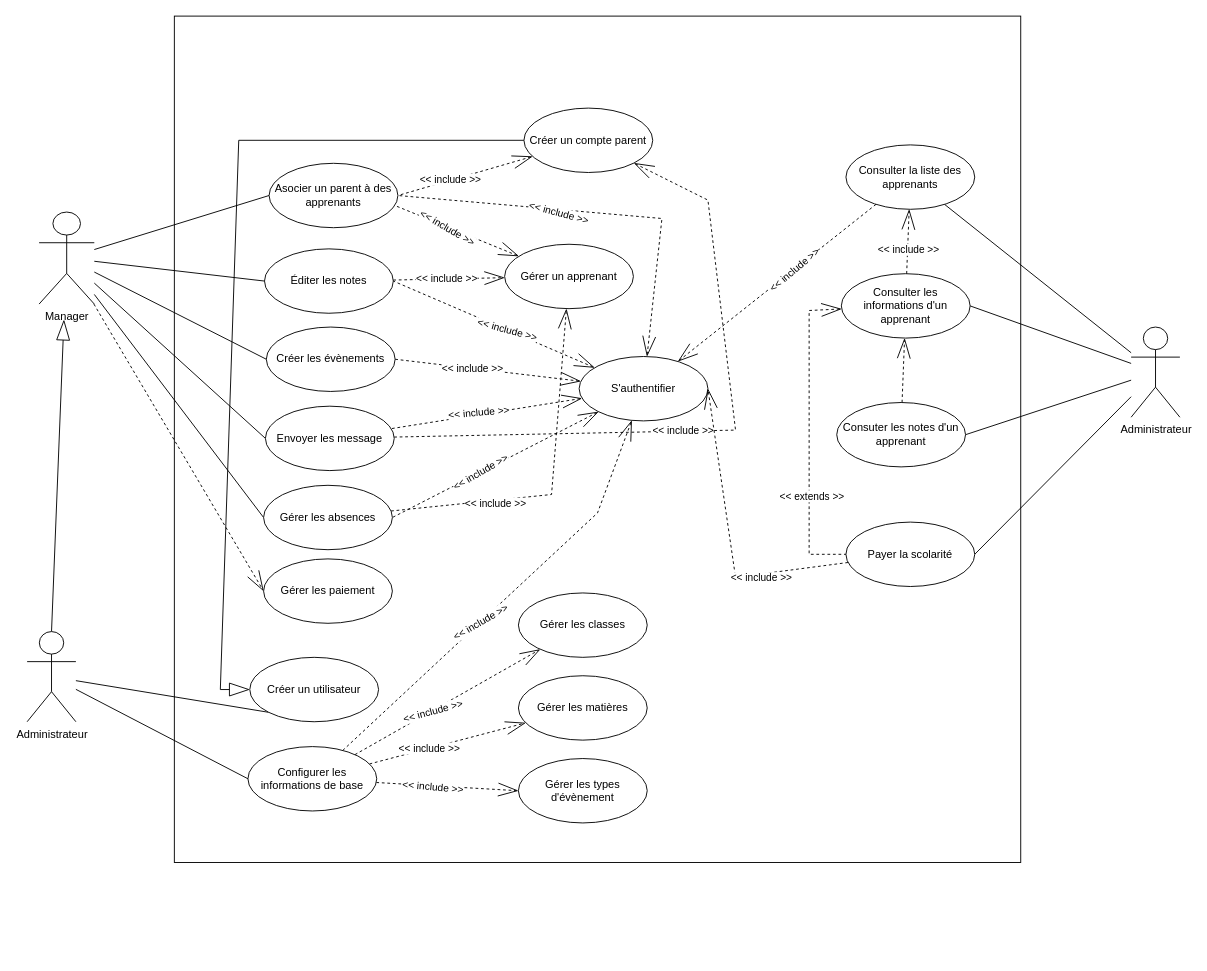
devalade/ilewemi keeps this draw.io diagram as page "Diagramme de cas d'utilisation" (2 of 4) of uml-use_case_diagram.drawio. Above is the earlier version. Source tidied: cells renumbered, new cells numbered last; positions are measured from the earlier drawing's top-left corner, leaving out a move shared by most shapes. Both pictures are drawn from the tidied source at 92%, with x=0, y=0 at pixel (27, 16).
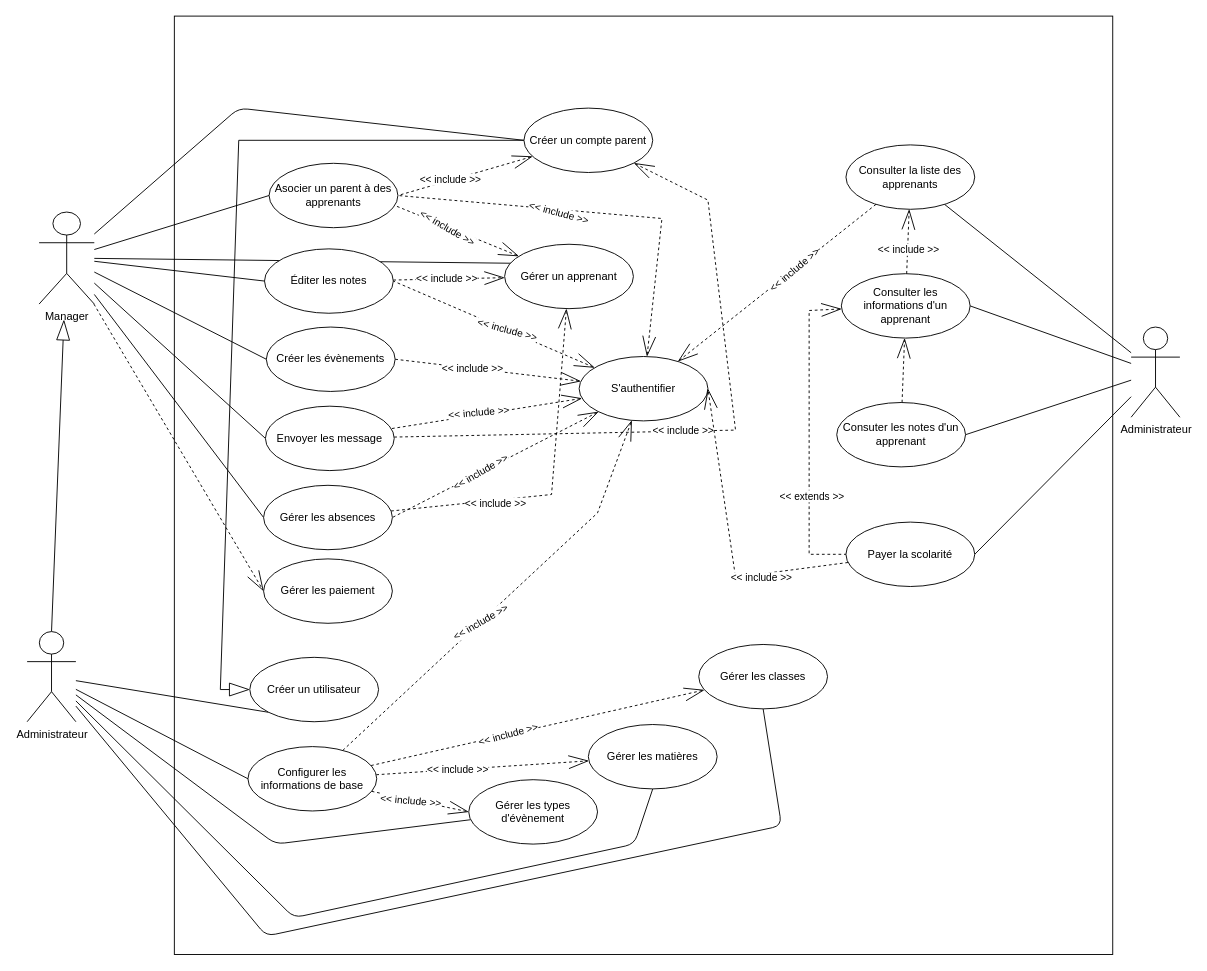
The same page after the edit.

Unchanged cells that the change refers to:
```xml
<mxCell id="10" value="Manager" style="shape=umlActor;verticalLabelPosition=bottom;verticalAlign=top;html=1;outlineConnect=0;" parent="1" vertex="1">
  <mxGeometry x="13" y="213" width="60" height="100" as="geometry" />
</mxCell>
<mxCell id="13" value="Administrateur" style="shape=umlActor;verticalLabelPosition=bottom;verticalAlign=top;html=1;outlineConnect=0;" parent="1" vertex="1">
  <mxGeometry y="669" width="53" height="98" as="geometry" />
</mxCell>
<mxCell id="17" value="Créer un compte parent" style="ellipse;whiteSpace=wrap;html=1;" parent="1" vertex="1">
  <mxGeometry x="540" y="100" width="140" height="70" as="geometry" />
</mxCell>
<mxCell id="20" value="Gérer un apprenant" style="ellipse;whiteSpace=wrap;html=1;" parent="1" vertex="1">
  <mxGeometry x="519" y="248" width="140" height="70" as="geometry" />
</mxCell>
```

Change to the diagram source:
```diff
@@
     <mxCell id="2" style="whiteSpace=wrap;html=1;" parent="1" vertex="1">
-      <mxGeometry x="160" width="920" height="920" as="geometry" />
+      <mxGeometry x="160" width="1020" height="1020" as="geometry" />
     </mxCell>
@@
+    <mxCell id="75" style="edgeStyle=none;html=1;entryX=0;entryY=0.5;entryDx=0;entryDy=0;startArrow=none;startFill=0;endArrow=none;endFill=0;startSize=6;" parent="1" edge="1" source="10" target="17">
+      <mxGeometry relative="1" as="geometry">
+        <Array as="points">
+          <mxPoint x="230" y="100" />
+        </Array>
+      </mxGeometry>
+    </mxCell>
+    <mxCell id="76" style="edgeStyle=none;html=1;entryX=0.064;entryY=0.295;entryDx=0;entryDy=0;entryPerimeter=0;startArrow=none;startFill=0;endArrow=none;endFill=0;startSize=6;" parent="1" edge="1" source="10" target="20">
+      <mxGeometry relative="1" as="geometry" />
+    </mxCell>
@@
+    <mxCell id="77" style="edgeStyle=none;html=1;startArrow=none;startFill=0;endArrow=none;endFill=0;startSize=6;" parent="1" edge="1" source="13" target="55">
+      <mxGeometry relative="1" as="geometry">
+        <Array as="points">
+          <mxPoint x="270" y="900" />
+        </Array>
+      </mxGeometry>
+    </mxCell>
+    <mxCell id="78" style="edgeStyle=none;html=1;entryX=0.5;entryY=1;entryDx=0;entryDy=0;startArrow=none;startFill=0;endArrow=none;endFill=0;startSize=6;" parent="1" edge="1" source="13" target="54">
+      <mxGeometry relative="1" as="geometry">
+        <Array as="points">
+          <mxPoint x="290" y="980" />
+          <mxPoint x="660" y="900" />
+        </Array>
+      </mxGeometry>
+    </mxCell>
+    <mxCell id="79" style="edgeStyle=none;html=1;entryX=0.5;entryY=1;entryDx=0;entryDy=0;startArrow=none;startFill=0;endArrow=none;endFill=0;startSize=6;" parent="1" edge="1" source="13" target="53">
+      <mxGeometry relative="1" as="geometry">
+        <Array as="points">
+          <mxPoint x="260" y="1000" />
+          <mxPoint x="820" y="880" />
+        </Array>
+      </mxGeometry>
+    </mxCell>
@@
     <mxCell id="53" value="Gérer les classes" style="ellipse;whiteSpace=wrap;html=1;" parent="1" vertex="1">
-      <mxGeometry x="534" y="627" width="140" height="70" as="geometry" />
+      <mxGeometry x="730" y="683" width="140" height="70" as="geometry" />
     </mxCell>
     <mxCell id="54" value="Gérer les matières" style="ellipse;whiteSpace=wrap;html=1;" parent="1" vertex="1">
-      <mxGeometry x="534" y="717" width="140" height="70" as="geometry" />
+      <mxGeometry x="610" y="770" width="140" height="70" as="geometry" />
     </mxCell>
     <mxCell id="55" value="Gérer les types d'évènement" style="ellipse;whiteSpace=wrap;html=1;" parent="1" vertex="1">
-      <mxGeometry x="534" y="807" width="140" height="70" as="geometry" />
+      <mxGeometry x="480" y="830" width="140" height="70" as="geometry" />
     </mxCell>
```
